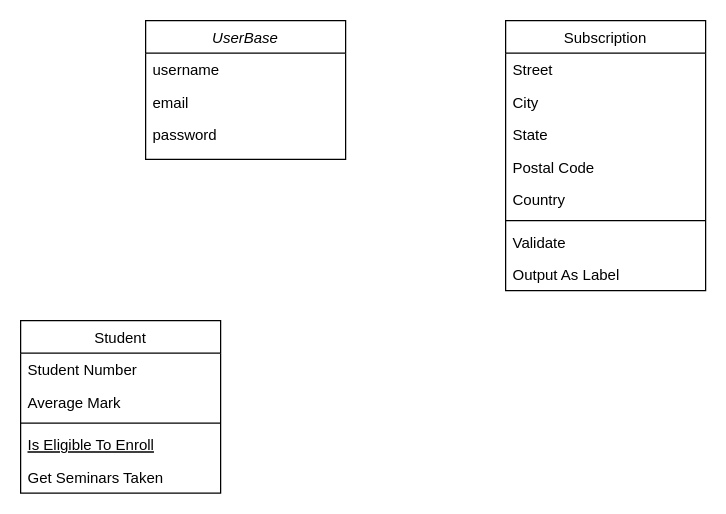
Above: schemas.drawio in erfan-rfmhr/subscription-task (draw.io), before the change. Source tidied: cells renumbered, new cells numbered last; positions are measured from the earlier drawing's top-left corner, leaving out a move shared by most shapes. Both pictures are drawn from the tidied source at 125%, with x=0, y=0 at pixel (20, 20).
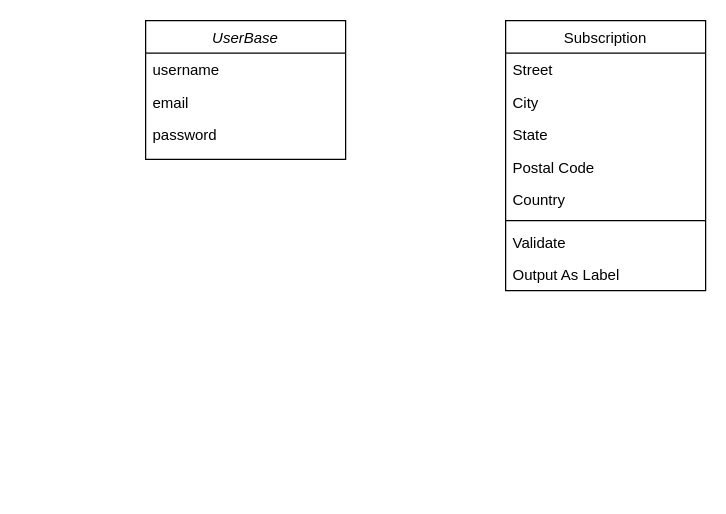
The same page after the edit.

Change to the diagram source:
```diff
@@
-    <mxCell id="6" value="Student" style="swimlane;fontStyle=0;align=center;verticalAlign=top;horizontal=1;startSize=26;rounded=0;shadow=0;strokeWidth=1;" parent="1" vertex="1">
-      <mxGeometry y="240" width="160" height="138" as="geometry" />
-    </mxCell>
-    <mxCell id="7" value="Student Number" style="text;align=left;verticalAlign=top;spacingLeft=4;spacingRight=4;overflow=hidden;" parent="6" vertex="1">
-      <mxGeometry y="26" width="160" height="26" as="geometry" />
-    </mxCell>
-    <mxCell id="8" value="Average Mark" style="text;align=left;verticalAlign=top;spacingLeft=4;spacingRight=4;overflow=hidden;rounded=0;shadow=0;html=0;" parent="6" vertex="1">
-      <mxGeometry y="52" width="160" height="26" as="geometry" />
-    </mxCell>
-    <mxCell id="9" style="line;html=1;strokeWidth=1;align=left;verticalAlign=middle;spacingTop=-1;spacingLeft=3;spacingRight=3;labelPosition=right;" parent="6" vertex="1">
-      <mxGeometry y="78" width="160" height="8" as="geometry" />
-    </mxCell>
-    <mxCell id="10" value="Is Eligible To Enroll" style="text;align=left;verticalAlign=top;spacingLeft=4;spacingRight=4;overflow=hidden;fontStyle=4;" parent="6" vertex="1">
-      <mxGeometry y="86" width="160" height="26" as="geometry" />
-    </mxCell>
-    <mxCell id="11" value="Get Seminars Taken" style="text;align=left;verticalAlign=top;spacingLeft=4;spacingRight=4;overflow=hidden;" parent="6" vertex="1">
-      <mxGeometry y="112" width="160" height="26" as="geometry" />
-    </mxCell>
```
